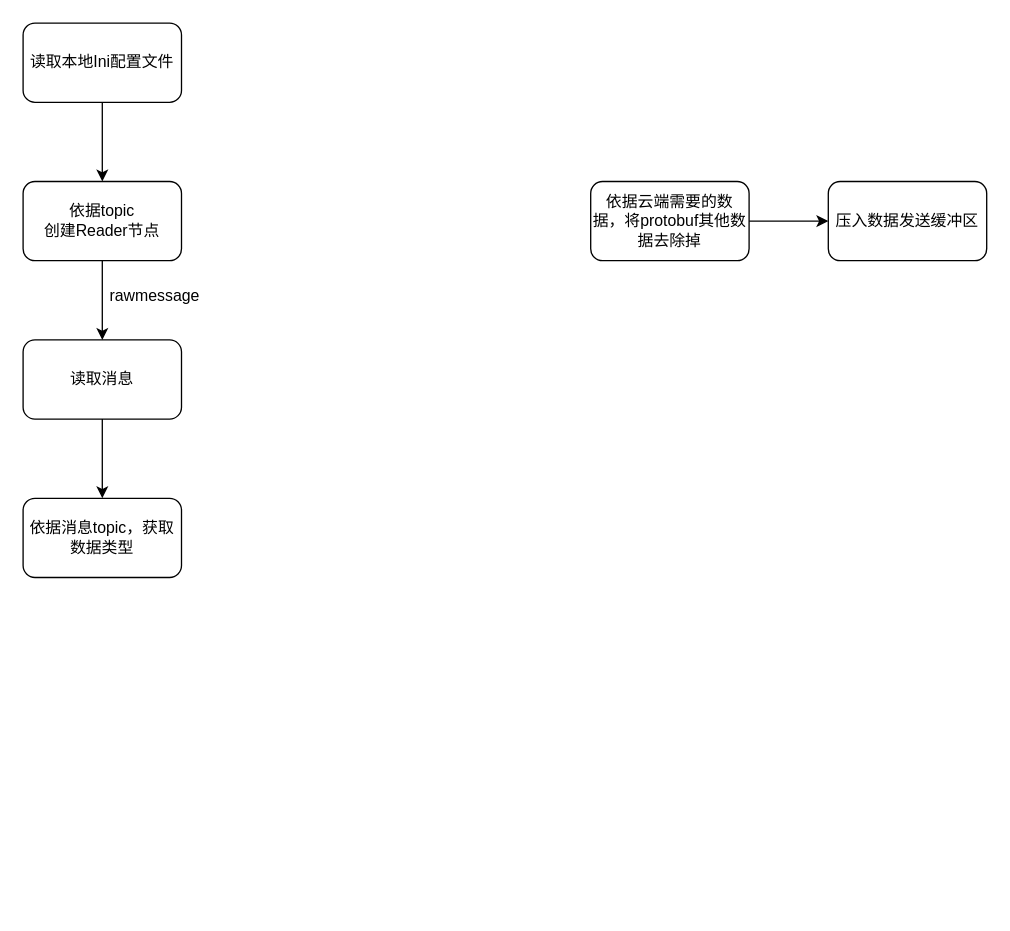
This is page "第 8 页" (8 of 8) of apollo.drawio from wangpc10/ApolloCodeDrawIo, a draw.io file, before an edit. Source tidied: cells renumbered, new cells numbered last; positions are measured from the earlier drawing's top-left corner, leaving out a move shared by most shapes. Both pictures are drawn from the tidied source at 132%, with x=0, y=0 at pixel (22, 22).
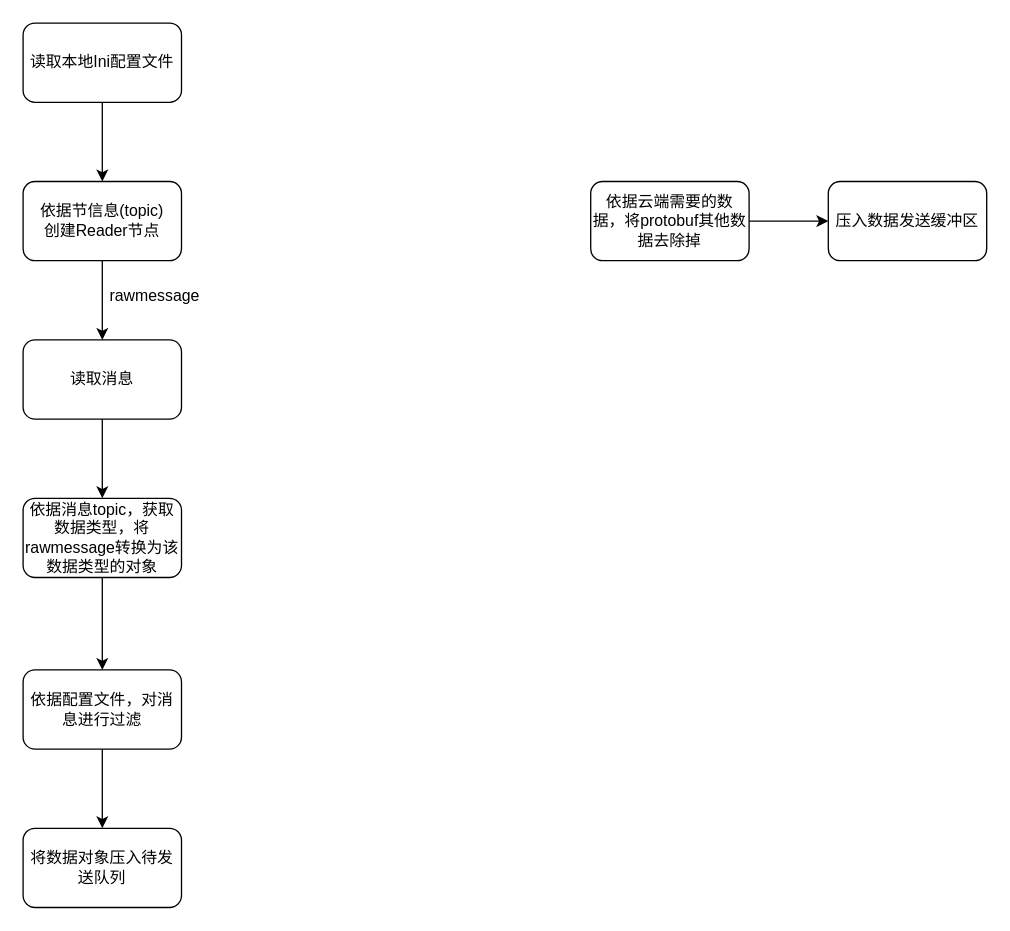
The same diagram, later.

What changed in the source:
```diff
@@
 <mxGraphModel>
   <root>
     <mxCell id="0" />
     <mxCell id="1" parent="0" />
     <mxCell id="2" style="edgeStyle=orthogonalEdgeStyle;rounded=0;jettySize=auto;html=1;exitX=0.5;exitY=1;exitDx=0;exitDy=0;" parent="1" edge="1" source="3" target="5">
       <mxGeometry relative="1" as="geometry" />
     </mxCell>
-    <mxCell id="3" value="依据topic&lt;br&gt;创建Reader节点" style="rounded=1;whiteSpace=wrap;html=1;" parent="1" vertex="1">
+    <mxCell id="3" value="依据节信息(topic)&lt;br&gt;创建Reader节点" style="rounded=1;whiteSpace=wrap;html=1;" parent="1" vertex="1">
       <mxGeometry y="120" width="120" height="60" as="geometry" />
     </mxCell>
     <mxCell id="4" style="edgeStyle=orthogonalEdgeStyle;rounded=0;jettySize=auto;html=1;exitX=0.5;exitY=1;exitDx=0;exitDy=0;" parent="1" edge="1" source="5" target="12">
       <mxGeometry relative="1" as="geometry" />
     </mxCell>
     <mxCell id="5" value="读取消息" style="rounded=1;whiteSpace=wrap;html=1;" parent="1" vertex="1">
       <mxGeometry y="240" width="120" height="60" as="geometry" />
     </mxCell>
     <mxCell id="6" value="rawmessage" style="text;html=1;strokeColor=none;fillColor=none;align=center;verticalAlign=middle;whiteSpace=wrap;rounded=0;" parent="1" vertex="1">
       <mxGeometry x="70" y="192" width="60" height="30" as="geometry" />
     </mxCell>
     <mxCell id="7" style="edgeStyle=orthogonalEdgeStyle;rounded=0;jettySize=auto;html=1;exitX=1;exitY=0.5;exitDx=0;exitDy=0;entryX=0;entryY=0.5;entryDx=0;entryDy=0;" parent="1" edge="1" source="8">
       <mxGeometry relative="1" as="geometry">
         <mxPoint x="610" y="150" as="targetPoint" />
       </mxGeometry>
     </mxCell>
     <mxCell id="8" value="依据云端需要的数据，将protobuf其他数据去除掉" style="rounded=1;whiteSpace=wrap;html=1;" parent="1" vertex="1">
       <mxGeometry x="430" y="120" width="120" height="60" as="geometry" />
     </mxCell>
     <mxCell id="9" value="压入数据发送缓冲区" style="rounded=1;whiteSpace=wrap;html=1;" parent="1" vertex="1">
       <mxGeometry x="610" y="120" width="120" height="60" as="geometry" />
     </mxCell>
     <mxCell id="10" style="edgeStyle=orthogonalEdgeStyle;rounded=0;jettySize=auto;html=1;entryX=0.5;entryY=0;entryDx=0;entryDy=0;" parent="1" edge="1" source="11" target="3">
       <mxGeometry relative="1" as="geometry" />
     </mxCell>
     <mxCell id="11" value="读取本地Ini配置文件" style="rounded=1;whiteSpace=wrap;html=1;" parent="1" vertex="1">
       <mxGeometry width="120" height="60" as="geometry" />
     </mxCell>
+    <mxCell id="13" style="edgeStyle=orthogonalEdgeStyle;rounded=0;jettySize=auto;html=1;exitX=0.5;exitY=1;exitDx=0;exitDy=0;entryX=0.5;entryY=0;entryDx=0;entryDy=0;" parent="1" edge="1" source="12" target="15">
+      <mxGeometry relative="1" as="geometry" />
+    </mxCell>
-    <mxCell id="12" value="依据消息topic，获取数据类型" style="rounded=1;whiteSpace=wrap;html=1;" parent="1" vertex="1">
+    <mxCell id="12" value="依据消息topic，获取数据类型，将rawmessage转换为该数据类型的对象" style="rounded=1;whiteSpace=wrap;html=1;" parent="1" vertex="1">
       <mxGeometry y="360" width="120" height="60" as="geometry" />
     </mxCell>
+    <mxCell id="14" style="edgeStyle=orthogonalEdgeStyle;rounded=0;jettySize=auto;html=1;exitX=0.5;exitY=1;exitDx=0;exitDy=0;entryX=0.5;entryY=0;entryDx=0;entryDy=0;" parent="1" edge="1" source="15" target="16">
+      <mxGeometry relative="1" as="geometry" />
+    </mxCell>
+    <mxCell id="15" value="依据配置文件，对消息进行过滤" style="rounded=1;whiteSpace=wrap;html=1;" parent="1" vertex="1">
+      <mxGeometry y="490" width="120" height="60" as="geometry" />
+    </mxCell>
+    <mxCell id="16" value="将数据对象压入待发送队列" style="rounded=1;whiteSpace=wrap;html=1;" parent="1" vertex="1">
+      <mxGeometry y="610" width="120" height="60" as="geometry" />
+    </mxCell>
   </root>
 </mxGraphModel>
```
